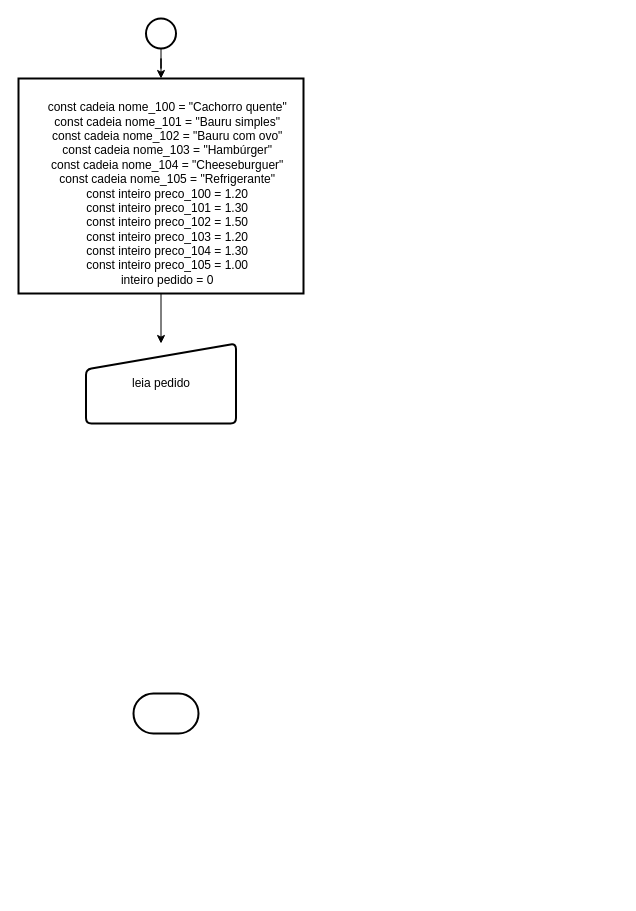
Earlier version of the draw.io diagram Ex.8.drawio (rafaelengineer/Curso_Logica_Acc). Source tidied: cells renumbered, new cells numbered last; positions are measured from the earlier drawing's top-left corner, leaving out a move shared by most shapes. Both pictures are drawn from the tidied source at 100%, with x=0, y=0 at pixel (18, 18).
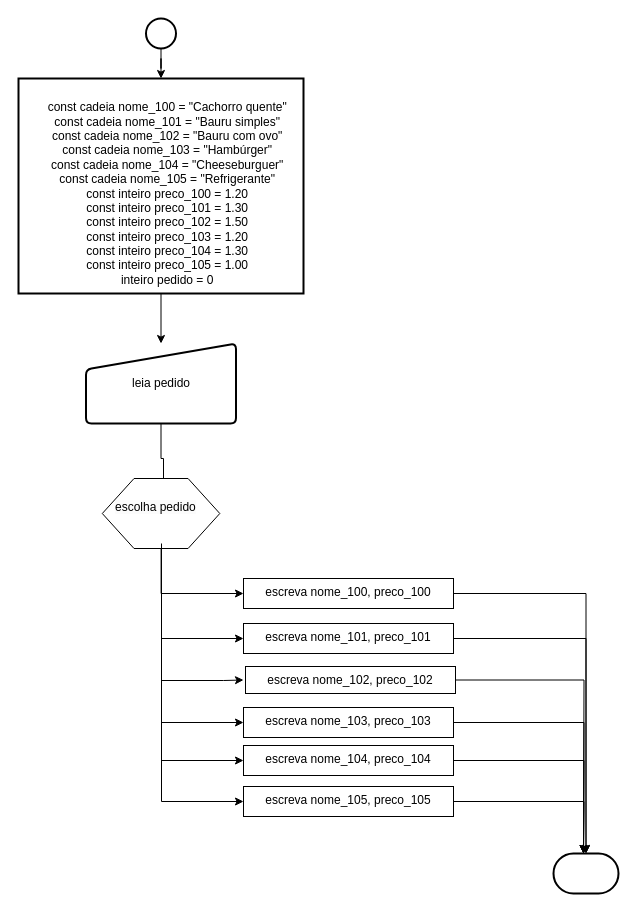
Above is the later version.

The change refers to these unchanged cells:
```xml
<mxCell id="8" value="leia pedido" style="html=1;strokeWidth=2;shape=manualInput;whiteSpace=wrap;rounded=1;size=26;arcSize=11;" parent="1" vertex="1">
  <mxGeometry x="67.5" y="325" width="150" height="80" as="geometry" />
</mxCell>
```

What changed in the source:
```diff
@@
     <mxCell id="5" style="strokeWidth=2;html=1;shape=mxgraph.flowchart.terminator;whiteSpace=wrap;" parent="1" vertex="1">
-      <mxGeometry x="115" y="675" width="65" height="40" as="geometry" />
+      <mxGeometry x="535" y="835" width="65" height="40" as="geometry" />
     </mxCell>
@@
+    <mxCell id="9" style="edgeStyle=orthogonalEdgeStyle;rounded=0;jettySize=auto;html=1;" parent="1" edge="1" source="8" target="13">
+      <mxGeometry relative="1" as="geometry" />
+    </mxCell>
@@
+    <mxCell id="10" style="edgeStyle=orthogonalEdgeStyle;rounded=0;jettySize=auto;html=1;" parent="1" edge="1" source="11" target="14">
+      <mxGeometry relative="1" as="geometry">
+        <Array as="points">
+          <mxPoint x="143" y="575" />
+        </Array>
+      </mxGeometry>
+    </mxCell>
+    <mxCell id="11" style="verticalLabelPosition=bottom;verticalAlign=top;html=1;shape=hexagon;perimeter=hexagonPerimeter2;arcSize=6;size=0.27;" parent="1" vertex="1">
+      <mxGeometry x="83.8" y="460" width="117.5" height="70" as="geometry" />
+    </mxCell>
+    <mxCell id="12" style="edgeStyle=orthogonalEdgeStyle;rounded=0;orthogonalLoop=1;jettySize=auto;html=1;entryX=0;entryY=0.5;entryDx=0;entryDy=0;" parent="1" edge="1">
+      <mxGeometry relative="1" as="geometry">
+        <mxPoint x="143" y="525" as="sourcePoint" />
+        <mxPoint x="225" y="661.5" as="targetPoint" />
+        <Array as="points">
+          <mxPoint x="143" y="662" />
+          <mxPoint x="205" y="662" />
+        </Array>
+      </mxGeometry>
+    </mxCell>
+    <mxCell id="13" value="&lt;span style=&quot;color: rgb(0, 0, 0); font-family: Helvetica; font-size: 12px; font-style: normal; font-variant-ligatures: normal; font-variant-caps: normal; font-weight: 400; letter-spacing: normal; orphans: 2; text-align: center; text-indent: 0px; text-transform: none; widows: 2; word-spacing: 0px; -webkit-text-stroke-width: 0px; background-color: rgb(251, 251, 251); text-decoration-thickness: initial; text-decoration-style: initial; text-decoration-color: initial; float: none; display: inline !important;&quot;&gt;escolha pedido&lt;/span&gt;" style="text;whiteSpace=wrap;html=1;" parent="1" vertex="1">
+      <mxGeometry x="95" y="475" width="100" height="40" as="geometry" />
+    </mxCell>
+    <mxCell id="14" value="escreva nome_100, preco_100" style="whiteSpace=wrap;html=1;verticalAlign=top;arcSize=6;" parent="1" vertex="1">
+      <mxGeometry x="225" y="560" width="210" height="30" as="geometry" />
+    </mxCell>
+    <mxCell id="15" style="edgeStyle=orthogonalEdgeStyle;rounded=0;jettySize=auto;html=1;" parent="1" edge="1" target="17">
+      <mxGeometry relative="1" as="geometry">
+        <mxPoint x="143" y="575" as="sourcePoint" />
+        <Array as="points">
+          <mxPoint x="143" y="620" />
+        </Array>
+      </mxGeometry>
+    </mxCell>
+    <mxCell id="16" style="edgeStyle=orthogonalEdgeStyle;rounded=0;jettySize=auto;html=1;exitX=1;exitY=0.5;exitDx=0;exitDy=0;entryX=0.5;entryY=0;entryDx=0;entryDy=0;entryPerimeter=0;" parent="1" edge="1" source="17" target="5">
+      <mxGeometry relative="1" as="geometry" />
+    </mxCell>
+    <mxCell id="17" value="escreva nome_101, preco_101" style="whiteSpace=wrap;html=1;verticalAlign=top;arcSize=6;" parent="1" vertex="1">
+      <mxGeometry x="225" y="605" width="210" height="30" as="geometry" />
+    </mxCell>
+    <mxCell id="18" style="edgeStyle=orthogonalEdgeStyle;rounded=0;jettySize=auto;html=1;exitX=1;exitY=0.5;exitDx=0;exitDy=0;" parent="1" edge="1" source="19">
+      <mxGeometry relative="1" as="geometry">
+        <mxPoint x="565" y="835" as="targetPoint" />
+      </mxGeometry>
+    </mxCell>
+    <mxCell id="19" value="escreva nome_102, preco_102" style="whiteSpace=wrap;html=1;verticalAlign=top;arcSize=6;" parent="1" vertex="1">
+      <mxGeometry x="227" y="648" width="210" height="27" as="geometry" />
+    </mxCell>
+    <mxCell id="20" style="edgeStyle=orthogonalEdgeStyle;rounded=0;jettySize=auto;html=1;" parent="1" edge="1" target="22">
+      <mxGeometry relative="1" as="geometry">
+        <mxPoint x="143" y="659" as="sourcePoint" />
+        <Array as="points">
+          <mxPoint x="143" y="704" />
+        </Array>
+      </mxGeometry>
+    </mxCell>
+    <mxCell id="21" style="edgeStyle=orthogonalEdgeStyle;rounded=0;jettySize=auto;html=1;" parent="1" edge="1" source="22">
+      <mxGeometry relative="1" as="geometry">
+        <mxPoint x="565" y="835" as="targetPoint" />
+      </mxGeometry>
+    </mxCell>
+    <mxCell id="22" value="escreva nome_103, preco_103" style="whiteSpace=wrap;html=1;verticalAlign=top;arcSize=6;" parent="1" vertex="1">
+      <mxGeometry x="225" y="689" width="210" height="30" as="geometry" />
+    </mxCell>
+    <mxCell id="23" style="edgeStyle=orthogonalEdgeStyle;rounded=0;jettySize=auto;html=1;" parent="1" edge="1" target="25">
+      <mxGeometry relative="1" as="geometry">
+        <mxPoint x="143" y="697" as="sourcePoint" />
+        <Array as="points">
+          <mxPoint x="143" y="742" />
+        </Array>
+      </mxGeometry>
+    </mxCell>
+    <mxCell id="24" style="edgeStyle=orthogonalEdgeStyle;rounded=0;jettySize=auto;html=1;" parent="1" edge="1" source="25">
+      <mxGeometry relative="1" as="geometry">
+        <mxPoint x="565" y="835" as="targetPoint" />
+      </mxGeometry>
+    </mxCell>
+    <mxCell id="25" value="escreva nome_104, preco_104" style="whiteSpace=wrap;html=1;verticalAlign=top;arcSize=6;" parent="1" vertex="1">
+      <mxGeometry x="225" y="727" width="210" height="30" as="geometry" />
+    </mxCell>
+    <mxCell id="26" style="edgeStyle=orthogonalEdgeStyle;rounded=0;jettySize=auto;html=1;" parent="1" edge="1" target="28">
+      <mxGeometry relative="1" as="geometry">
+        <mxPoint x="143" y="738" as="sourcePoint" />
+        <Array as="points">
+          <mxPoint x="143" y="783" />
+        </Array>
+      </mxGeometry>
+    </mxCell>
+    <mxCell id="27" style="edgeStyle=orthogonalEdgeStyle;rounded=0;jettySize=auto;html=1;" parent="1" edge="1" source="28">
+      <mxGeometry relative="1" as="geometry">
+        <mxPoint x="565" y="835" as="targetPoint" />
+      </mxGeometry>
+    </mxCell>
+    <mxCell id="28" value="escreva nome_105, preco_105" style="whiteSpace=wrap;html=1;verticalAlign=top;arcSize=6;" parent="1" vertex="1">
+      <mxGeometry x="225" y="768" width="210" height="30" as="geometry" />
+    </mxCell>
+    <mxCell id="29" style="edgeStyle=orthogonalEdgeStyle;rounded=0;jettySize=auto;html=1;exitX=1;exitY=0.5;exitDx=0;exitDy=0;entryX=0.5;entryY=0;entryDx=0;entryDy=0;entryPerimeter=0;" parent="1" edge="1" source="14" target="5">
+      <mxGeometry relative="1" as="geometry" />
+    </mxCell>
```
